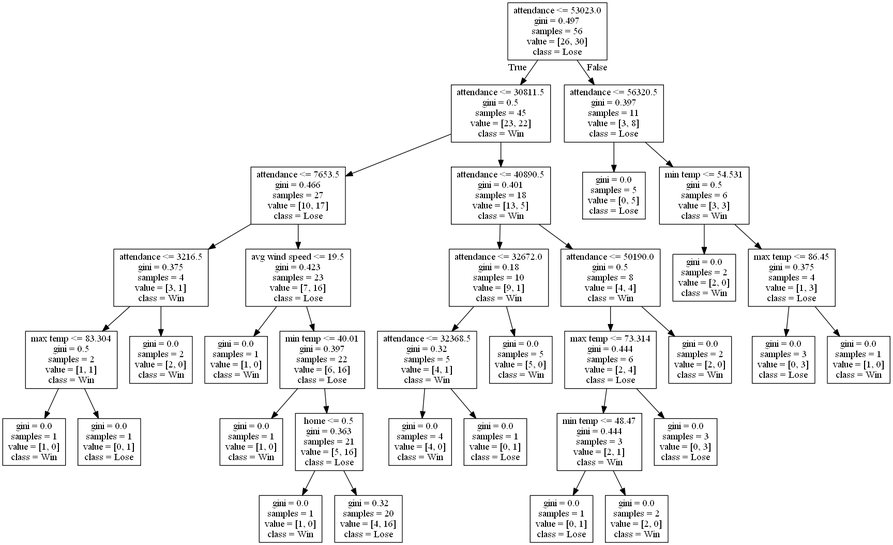
Before: DecisionTrees/decision_tree_no_score4.png, a diagram exported from Graphviz (alexana-steck/CSE482Project). Its source is kept beside it as DecisionTrees/decision_tree_no_score4.dot.
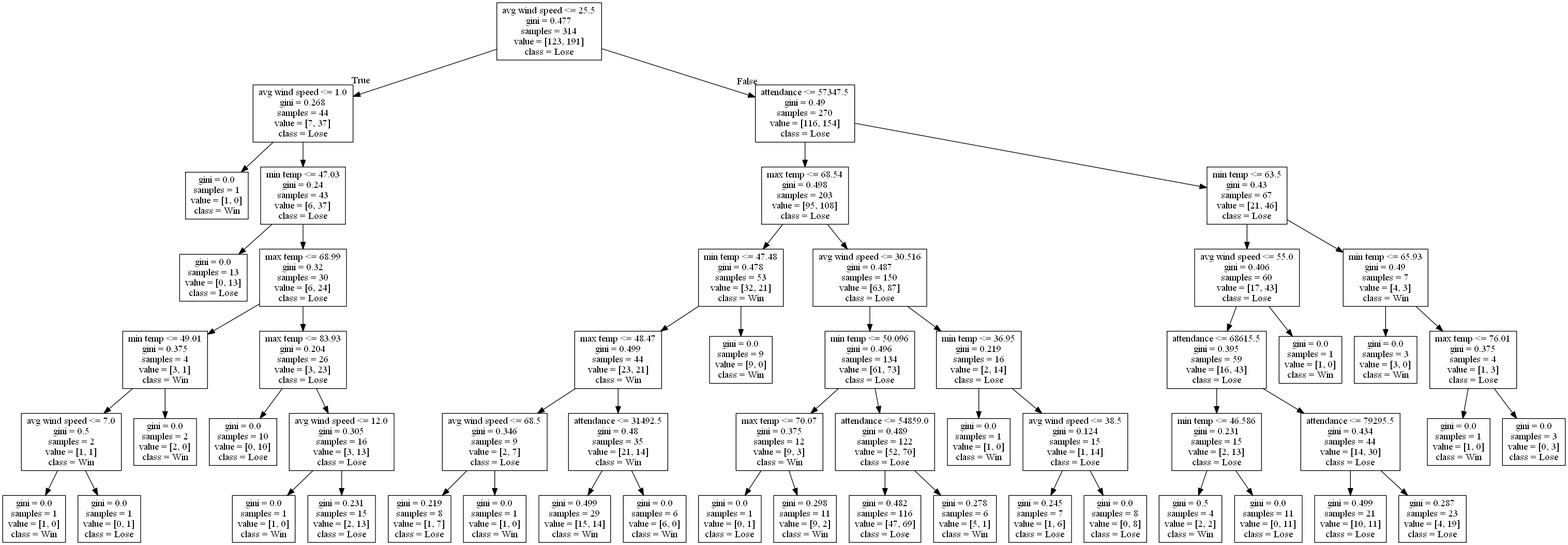
After the commit.

Change to the diagram source:
```diff
@@ -1,72 +1,112 @@
 digraph Tree {
 node [shape=box] ;
-0 [label="attendance <= 53023.0\ngini = 0.497\nsamples = 56\nvalue = [26, 30]\nclass = Lose"] ;
-1 [label="attendance <= 30811.5\ngini = 0.5\nsamples = 45\nvalue = [23, 22]\nclass = Win"] ;
+0 [label="avg wind speed <= 25.5\ngini = 0.477\nsamples = 314\nvalue = [123, 191]\nclass = Lose"] ;
+1 [label="avg wind speed <= 1.0\ngini = 0.268\nsamples = 44\nvalue = [7, 37]\nclass = Lose"] ;
 0 -> 1 [labeldistance=2.5, labelangle=45, headlabel="True"] ;
-2 [label="attendance <= 7653.5\ngini = 0.466\nsamples = 27\nvalue = [10, 17]\nclass = Lose"] ;
+2 [label="gini = 0.0\nsamples = 1\nvalue = [1, 0]\nclass = Win"] ;
 1 -> 2 ;
-3 [label="attendance <= 3216.5\ngini = 0.375\nsamples = 4\nvalue = [3, 1]\nclass = Win"] ;
-2 -> 3 ;
-4 [label="max temp <= 83.304\ngini = 0.5\nsamples = 2\nvalue = [1, 1]\nclass = Win"] ;
+3 [label="min temp <= 47.03\ngini = 0.24\nsamples = 43\nvalue = [6, 37]\nclass = Lose"] ;
+1 -> 3 ;
+4 [label="gini = 0.0\nsamples = 13\nvalue = [0, 13]\nclass = Lose"] ;
 3 -> 4 ;
-5 [label="gini = 0.0\nsamples = 1\nvalue = [1, 0]\nclass = Win"] ;
-4 -> 5 ;
-6 [label="gini = 0.0\nsamples = 1\nvalue = [0, 1]\nclass = Lose"] ;
-4 -> 6 ;
-7 [label="gini = 0.0\nsamples = 2\nvalue = [2, 0]\nclass = Win"] ;
-3 -> 7 ;
-8 [label="avg wind speed <= 19.5\ngini = 0.423\nsamples = 23\nvalue = [7, 16]\nclass = Lose"] ;
-2 -> 8 ;
-9 [label="gini = 0.0\nsamples = 1\nvalue = [1, 0]\nclass = Win"] ;
-8 -> 9 ;
-10 [label="min temp <= 40.01\ngini = 0.397\nsamples = 22\nvalue = [6, 16]\nclass = Lose"] ;
-8 -> 10 ;
-11 [label="gini = 0.0\nsamples = 1\nvalue = [1, 0]\nclass = Win"] ;
-10 -> 11 ;
-12 [label="home <= 0.5\ngini = 0.363\nsamples = 21\nvalue = [5, 16]\nclass = Lose"] ;
-10 -> 12 ;
-13 [label="gini = 0.0\nsamples = 1\nvalue = [1, 0]\nclass = Win"] ;
-12 -> 13 ;
-14 [label="gini = 0.32\nsamples = 20\nvalue = [4, 16]\nclass = Lose"] ;
-12 -> 14 ;
-15 [label="attendance <= 40890.5\ngini = 0.401\nsamples = 18\nvalue = [13, 5]\nclass = Win"] ;
-1 -> 15 ;
-16 [label="attendance <= 32672.0\ngini = 0.18\nsamples = 10\nvalue = [9, 1]\nclass = Win"] ;
-15 -> 16 ;
-17 [label="attendance <= 32368.5\ngini = 0.32\nsamples = 5\nvalue = [4, 1]\nclass = Win"] ;
+5 [label="max temp <= 68.99\ngini = 0.32\nsamples = 30\nvalue = [6, 24]\nclass = Lose"] ;
+3 -> 5 ;
+6 [label="min temp <= 49.01\ngini = 0.375\nsamples = 4\nvalue = [3, 1]\nclass = Win"] ;
+5 -> 6 ;
+7 [label="avg wind speed <= 7.0\ngini = 0.5\nsamples = 2\nvalue = [1, 1]\nclass = Win"] ;
+6 -> 7 ;
+8 [label="gini = 0.0\nsamples = 1\nvalue = [1, 0]\nclass = Win"] ;
+7 -> 8 ;
+9 [label="gini = 0.0\nsamples = 1\nvalue = [0, 1]\nclass = Lose"] ;
+7 -> 9 ;
+10 [label="gini = 0.0\nsamples = 2\nvalue = [2, 0]\nclass = Win"] ;
+6 -> 10 ;
+11 [label="max temp <= 83.93\ngini = 0.204\nsamples = 26\nvalue = [3, 23]\nclass = Lose"] ;
+5 -> 11 ;
+12 [label="gini = 0.0\nsamples = 10\nvalue = [0, 10]\nclass = Lose"] ;
+11 -> 12 ;
+13 [label="avg wind speed <= 12.0\ngini = 0.305\nsamples = 16\nvalue = [3, 13]\nclass = Lose"] ;
+11 -> 13 ;
+14 [label="gini = 0.0\nsamples = 1\nvalue = [1, 0]\nclass = Win"] ;
+13 -> 14 ;
+15 [label="gini = 0.231\nsamples = 15\nvalue = [2, 13]\nclass = Lose"] ;
+13 -> 15 ;
+16 [label="attendance <= 57347.5\ngini = 0.49\nsamples = 270\nvalue = [116, 154]\nclass = Lose"] ;
+0 -> 16 [labeldistance=2.5, labelangle=-45, headlabel="False"] ;
+17 [label="max temp <= 68.54\ngini = 0.498\nsamples = 203\nvalue = [95, 108]\nclass = Lose"] ;
 16 -> 17 ;
-18 [label="gini = 0.0\nsamples = 4\nvalue = [4, 0]\nclass = Win"] ;
+18 [label="min temp <= 47.48\ngini = 0.478\nsamples = 53\nvalue = [32, 21]\nclass = Win"] ;
 17 -> 18 ;
-19 [label="gini = 0.0\nsamples = 1\nvalue = [0, 1]\nclass = Lose"] ;
-17 -> 19 ;
-20 [label="gini = 0.0\nsamples = 5\nvalue = [5, 0]\nclass = Win"] ;
-16 -> 20 ;
-21 [label="attendance <= 50190.0\ngini = 0.5\nsamples = 8\nvalue = [4, 4]\nclass = Win"] ;
-15 -> 21 ;
-22 [label="max temp <= 73.314\ngini = 0.444\nsamples = 6\nvalue = [2, 4]\nclass = Lose"] ;
-21 -> 22 ;
-23 [label="min temp <= 48.47\ngini = 0.444\nsamples = 3\nvalue = [2, 1]\nclass = Win"] ;
-22 -> 23 ;
-24 [label="gini = 0.0\nsamples = 1\nvalue = [0, 1]\nclass = Lose"] ;
+19 [label="max temp <= 48.47\ngini = 0.499\nsamples = 44\nvalue = [23, 21]\nclass = Win"] ;
+18 -> 19 ;
+20 [label="avg wind speed <= 68.5\ngini = 0.346\nsamples = 9\nvalue = [2, 7]\nclass = Lose"] ;
+19 -> 20 ;
+21 [label="gini = 0.219\nsamples = 8\nvalue = [1, 7]\nclass = Lose"] ;
+20 -> 21 ;
+22 [label="gini = 0.0\nsamples = 1\nvalue = [1, 0]\nclass = Win"] ;
+20 -> 22 ;
+23 [label="attendance <= 31492.5\ngini = 0.48\nsamples = 35\nvalue = [21, 14]\nclass = Win"] ;
+19 -> 23 ;
+24 [label="gini = 0.499\nsamples = 29\nvalue = [15, 14]\nclass = Win"] ;
 23 -> 24 ;
-25 [label="gini = 0.0\nsamples = 2\nvalue = [2, 0]\nclass = Win"] ;
+25 [label="gini = 0.0\nsamples = 6\nvalue = [6, 0]\nclass = Win"] ;
 23 -> 25 ;
-26 [label="gini = 0.0\nsamples = 3\nvalue = [0, 3]\nclass = Lose"] ;
-22 -> 26 ;
-27 [label="gini = 0.0\nsamples = 2\nvalue = [2, 0]\nclass = Win"] ;
-21 -> 27 ;
-28 [label="attendance <= 56320.5\ngini = 0.397\nsamples = 11\nvalue = [3, 8]\nclass = Lose"] ;
-0 -> 28 [labeldistance=2.5, labelangle=-45, headlabel="False"] ;
-29 [label="gini = 0.0\nsamples = 5\nvalue = [0, 5]\nclass = Lose"] ;
+26 [label="gini = 0.0\nsamples = 9\nvalue = [9, 0]\nclass = Win"] ;
+18 -> 26 ;
+27 [label="avg wind speed <= 30.516\ngini = 0.487\nsamples = 150\nvalue = [63, 87]\nclass = Lose"] ;
+17 -> 27 ;
+28 [label="min temp <= 50.096\ngini = 0.496\nsamples = 134\nvalue = [61, 73]\nclass = Lose"] ;
+27 -> 28 ;
+29 [label="max temp <= 70.07\ngini = 0.375\nsamples = 12\nvalue = [9, 3]\nclass = Win"] ;
 28 -> 29 ;
-30 [label="min temp <= 54.531\ngini = 0.5\nsamples = 6\nvalue = [3, 3]\nclass = Win"] ;
-28 -> 30 ;
-31 [label="gini = 0.0\nsamples = 2\nvalue = [2, 0]\nclass = Win"] ;
-30 -> 31 ;
-32 [label="max temp <= 86.45\ngini = 0.375\nsamples = 4\nvalue = [1, 3]\nclass = Lose"] ;
-30 -> 32 ;
-33 [label="gini = 0.0\nsamples = 3\nvalue = [0, 3]\nclass = Lose"] ;
+30 [label="gini = 0.0\nsamples = 1\nvalue = [0, 1]\nclass = Lose"] ;
+29 -> 30 ;
+31 [label="gini = 0.298\nsamples = 11\nvalue = [9, 2]\nclass = Win"] ;
+29 -> 31 ;
+32 [label="attendance <= 54859.0\ngini = 0.489\nsamples = 122\nvalue = [52, 70]\nclass = Lose"] ;
+28 -> 32 ;
+33 [label="gini = 0.482\nsamples = 116\nvalue = [47, 69]\nclass = Lose"] ;
 32 -> 33 ;
-34 [label="gini = 0.0\nsamples = 1\nvalue = [1, 0]\nclass = Win"] ;
+34 [label="gini = 0.278\nsamples = 6\nvalue = [5, 1]\nclass = Win"] ;
 32 -> 34 ;
+35 [label="min temp <= 36.95\ngini = 0.219\nsamples = 16\nvalue = [2, 14]\nclass = Lose"] ;
+27 -> 35 ;
+36 [label="gini = 0.0\nsamples = 1\nvalue = [1, 0]\nclass = Win"] ;
+35 -> 36 ;
+37 [label="avg wind speed <= 38.5\ngini = 0.124\nsamples = 15\nvalue = [1, 14]\nclass = Lose"] ;
+35 -> 37 ;
+38 [label="gini = 0.245\nsamples = 7\nvalue = [1, 6]\nclass = Lose"] ;
+37 -> 38 ;
+39 [label="gini = 0.0\nsamples = 8\nvalue = [0, 8]\nclass = Lose"] ;
+37 -> 39 ;
+40 [label="min temp <= 63.5\ngini = 0.43\nsamples = 67\nvalue = [21, 46]\nclass = Lose"] ;
+16 -> 40 ;
+41 [label="avg wind speed <= 55.0\ngini = 0.406\nsamples = 60\nvalue = [17, 43]\nclass = Lose"] ;
+40 -> 41 ;
+42 [label="attendance <= 68615.5\ngini = 0.395\nsamples = 59\nvalue = [16, 43]\nclass = Lose"] ;
+41 -> 42 ;
+43 [label="min temp <= 46.586\ngini = 0.231\nsamples = 15\nvalue = [2, 13]\nclass = Lose"] ;
+42 -> 43 ;
+44 [label="gini = 0.5\nsamples = 4\nvalue = [2, 2]\nclass = Win"] ;
+43 -> 44 ;
+45 [label="gini = 0.0\nsamples = 11\nvalue = [0, 11]\nclass = Lose"] ;
+43 -> 45 ;
+46 [label="attendance <= 79295.5\ngini = 0.434\nsamples = 44\nvalue = [14, 30]\nclass = Lose"] ;
+42 -> 46 ;
+47 [label="gini = 0.499\nsamples = 21\nvalue = [10, 11]\nclass = Lose"] ;
+46 -> 47 ;
+48 [label="gini = 0.287\nsamples = 23\nvalue = [4, 19]\nclass = Lose"] ;
+46 -> 48 ;
+49 [label="gini = 0.0\nsamples = 1\nvalue = [1, 0]\nclass = Win"] ;
+41 -> 49 ;
+50 [label="min temp <= 65.93\ngini = 0.49\nsamples = 7\nvalue = [4, 3]\nclass = Win"] ;
+40 -> 50 ;
+51 [label="gini = 0.0\nsamples = 3\nvalue = [3, 0]\nclass = Win"] ;
+50 -> 51 ;
+52 [label="max temp <= 76.01\ngini = 0.375\nsamples = 4\nvalue = [1, 3]\nclass = Lose"] ;
+50 -> 52 ;
+53 [label="gini = 0.0\nsamples = 1\nvalue = [1, 0]\nclass = Win"] ;
+52 -> 53 ;
+54 [label="gini = 0.0\nsamples = 3\nvalue = [0, 3]\nclass = Lose"] ;
+52 -> 54 ;
 }
```
